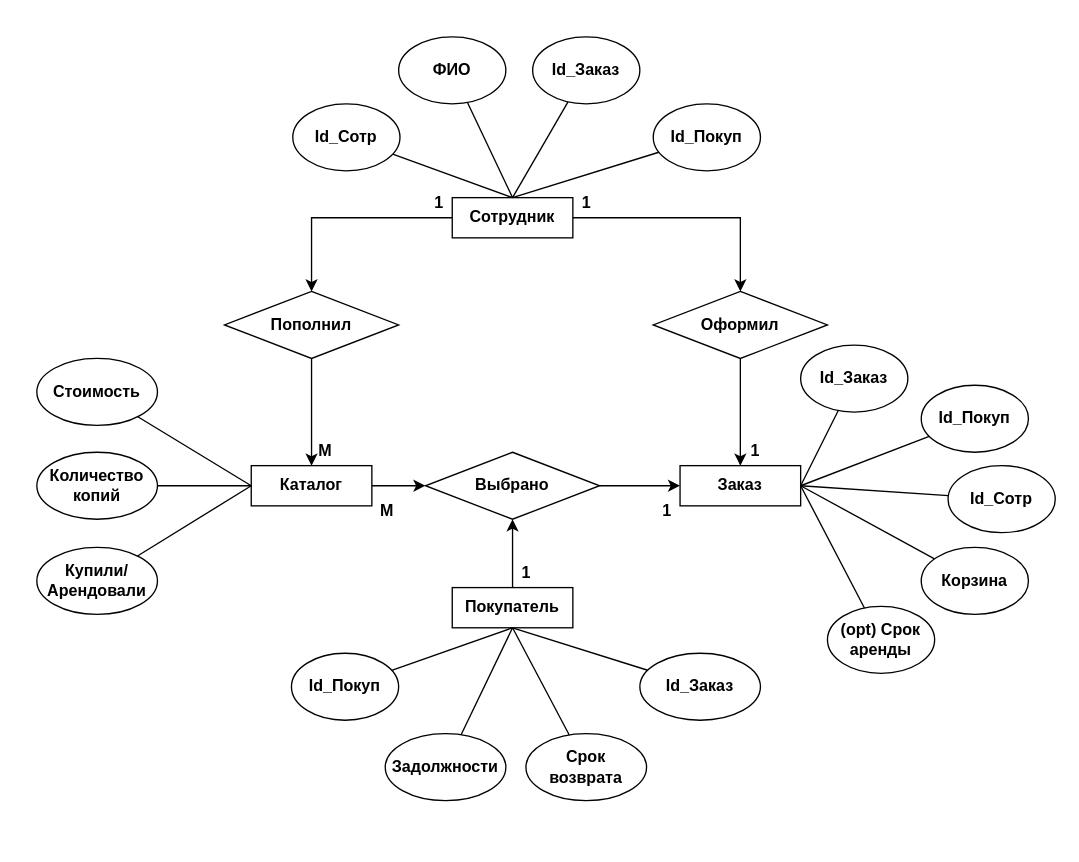
This is IDEF0.2.drawio from SpaleRud/OPDiagrams, a draw.io file, before an edit. Source tidied: cells renumbered, new cells numbered last; positions are measured from the earlier drawing's top-left corner, leaving out a move shared by most shapes. Both pictures are drawn from the tidied source at 134%, with x=0, y=0 at pixel (36, 36).
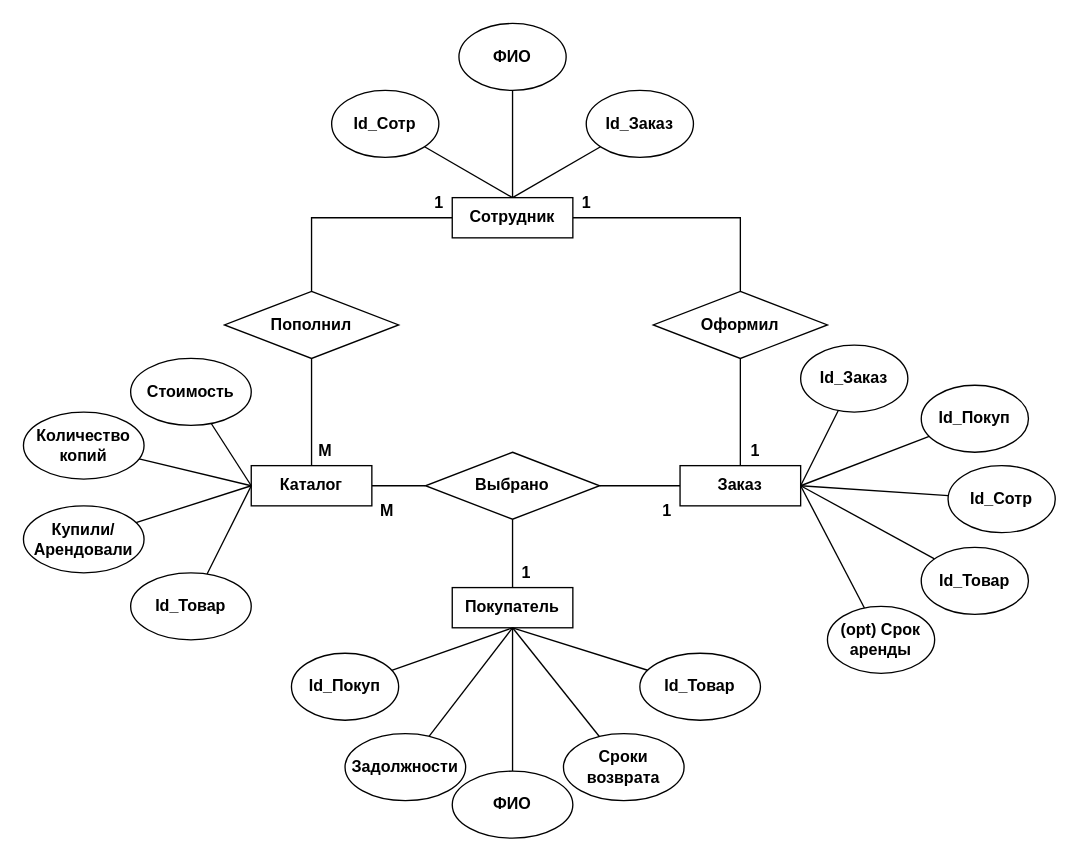
The same diagram, later.

The change refers to these unchanged cells:
```xml
<mxCell id="5" value="&lt;b&gt;Пополнил&lt;/b&gt;" style="rhombus;whiteSpace=wrap;html=1;" parent="1" vertex="1">
  <mxGeometry x="140" y="190" width="130" height="50" as="geometry" />
</mxCell>
<mxCell id="7" value="&lt;b&gt;Оформил&lt;/b&gt;" style="rhombus;whiteSpace=wrap;html=1;" parent="1" vertex="1">
  <mxGeometry x="460" y="190" width="130" height="50" as="geometry" />
</mxCell>
<mxCell id="10" value="&lt;b&gt;Выбрано&lt;/b&gt;" style="rhombus;whiteSpace=wrap;html=1;" parent="1" vertex="1">
  <mxGeometry x="290" y="310" width="130" height="50" as="geometry" />
</mxCell>
<mxCell id="19" value="&lt;b&gt;Покупатель&lt;/b&gt;" style="rounded=0;whiteSpace=wrap;html=1;" parent="18" vertex="1">
  <mxGeometry y="30" width="90" height="30" as="geometry" />
</mxCell>
<mxCell id="24" value="&lt;b&gt;Каталог&lt;/b&gt;" style="rounded=0;whiteSpace=wrap;html=1;" parent="23" vertex="1">
  <mxGeometry width="90" height="30" as="geometry" />
</mxCell>
<mxCell id="27" value="&lt;b&gt;Сотрудник&lt;/b&gt;" style="rounded=0;whiteSpace=wrap;html=1;" parent="26" vertex="1">
  <mxGeometry x="20" y="15" width="90" height="30" as="geometry" />
</mxCell>
<mxCell id="31" value="&lt;b&gt;Заказ&lt;/b&gt;" style="rounded=0;whiteSpace=wrap;html=1;" parent="30" vertex="1">
  <mxGeometry x="20" y="30" width="90" height="30" as="geometry" />
</mxCell>
```

Change to the diagram source:
```diff
@@
-    <mxCell id="2" style="edgeStyle=orthogonalEdgeStyle;rounded=0;jettySize=auto;html=1;" parent="1" edge="1" source="27" target="5">
+    <mxCell id="2" style="edgeStyle=orthogonalEdgeStyle;rounded=0;jettySize=auto;html=1;endArrow=none;endFill=0;" parent="1" edge="1" source="27" target="5">
       <mxGeometry relative="1" as="geometry" />
     </mxCell>
-    <mxCell id="3" style="edgeStyle=orthogonalEdgeStyle;rounded=0;jettySize=auto;html=1;entryX=0.5;entryY=0;entryDx=0;entryDy=0;" parent="1" edge="1" source="27" target="7">
+    <mxCell id="3" style="edgeStyle=orthogonalEdgeStyle;rounded=0;jettySize=auto;html=1;entryX=0.5;entryY=0;entryDx=0;entryDy=0;endArrow=none;endFill=0;" parent="1" edge="1" source="27" target="7">
       <mxGeometry relative="1" as="geometry" />
     </mxCell>
-    <mxCell id="4" style="edgeStyle=orthogonalEdgeStyle;rounded=0;jettySize=auto;html=1;entryX=0.5;entryY=0;entryDx=0;entryDy=0;" parent="1" edge="1" source="5" target="24">
+    <mxCell id="4" style="edgeStyle=orthogonalEdgeStyle;rounded=0;jettySize=auto;html=1;entryX=0.5;entryY=0;entryDx=0;entryDy=0;endArrow=none;endFill=0;" parent="1" edge="1" source="5" target="24">
       <mxGeometry relative="1" as="geometry" />
     </mxCell>
@@
-    <mxCell id="6" style="edgeStyle=orthogonalEdgeStyle;rounded=0;jettySize=auto;html=1;entryX=0.5;entryY=0;entryDx=0;entryDy=0;" parent="1" edge="1" source="7" target="31">
+    <mxCell id="6" style="edgeStyle=orthogonalEdgeStyle;rounded=0;jettySize=auto;html=1;entryX=0.5;entryY=0;entryDx=0;entryDy=0;endArrow=none;endFill=0;" parent="1" edge="1" source="7" target="31">
       <mxGeometry relative="1" as="geometry" />
     </mxCell>
@@
-    <mxCell id="8" style="edgeStyle=orthogonalEdgeStyle;rounded=0;jettySize=auto;html=1;entryX=0;entryY=0.5;entryDx=0;entryDy=0;" parent="1" edge="1" source="24" target="10">
+    <mxCell id="8" style="edgeStyle=orthogonalEdgeStyle;rounded=0;jettySize=auto;html=1;entryX=0;entryY=0.5;entryDx=0;entryDy=0;endArrow=none;endFill=0;" parent="1" edge="1" source="24" target="10">
       <mxGeometry relative="1" as="geometry" />
     </mxCell>
-    <mxCell id="9" style="edgeStyle=orthogonalEdgeStyle;rounded=0;jettySize=auto;html=1;entryX=0;entryY=0.5;entryDx=0;entryDy=0;" parent="1" edge="1" source="10" target="31">
+    <mxCell id="9" style="edgeStyle=orthogonalEdgeStyle;rounded=0;jettySize=auto;html=1;entryX=0;entryY=0.5;entryDx=0;entryDy=0;endArrow=none;endFill=0;" parent="1" edge="1" source="10" target="31">
       <mxGeometry relative="1" as="geometry" />
     </mxCell>
@@
     <mxCell id="12" value="&lt;b&gt;Id_Сотр&lt;/b&gt;" style="ellipse;whiteSpace=wrap;html=1;" parent="1" vertex="1">
-      <mxGeometry x="191" y="50" width="80" height="50" as="geometry" />
+      <mxGeometry x="220" y="40" width="80" height="50" as="geometry" />
     </mxCell>
@@
     <mxCell id="14" value="&lt;b&gt;ФИО&lt;/b&gt;" style="ellipse;whiteSpace=wrap;html=1;" parent="1" vertex="1">
-      <mxGeometry x="270" width="80" height="50" as="geometry" />
+      <mxGeometry x="315" y="-10" width="80" height="50" as="geometry" />
     </mxCell>
@@
     <mxCell id="16" value="&lt;b&gt;Id_Заказ&lt;/b&gt;" style="ellipse;whiteSpace=wrap;html=1;" parent="1" vertex="1">
-      <mxGeometry x="370" width="80" height="50" as="geometry" />
+      <mxGeometry x="410" y="40" width="80" height="50" as="geometry" />
     </mxCell>
-    <mxCell id="17" style="edgeStyle=orthogonalEdgeStyle;rounded=0;jettySize=auto;html=1;entryX=0.5;entryY=1;entryDx=0;entryDy=0;" parent="1" edge="1" source="19" target="10">
+    <mxCell id="17" style="edgeStyle=orthogonalEdgeStyle;rounded=0;jettySize=auto;html=1;entryX=0.5;entryY=1;entryDx=0;entryDy=0;endArrow=none;endFill=0;" parent="1" edge="1" source="19" target="10">
       <mxGeometry relative="1" as="geometry" />
     </mxCell>
@@
-    <mxCell id="34" style="rounded=0;jettySize=auto;html=1;entryX=0.5;entryY=0;entryDx=0;entryDy=0;endArrow=none;endFill=0;" parent="1" edge="1" source="35" target="27">
-      <mxGeometry relative="1" as="geometry" />
-    </mxCell>
-    <mxCell id="35" value="&lt;b&gt;Id_Покуп&lt;/b&gt;" style="ellipse;whiteSpace=wrap;html=1;" parent="1" vertex="1">
-      <mxGeometry x="460" y="50" width="80" height="50" as="geometry" />
-    </mxCell>
@@
     <mxCell id="39" value="&lt;b&gt;Задолжности&lt;/b&gt;" style="ellipse;whiteSpace=wrap;html=1;" parent="1" vertex="1">
-      <mxGeometry x="260" y="520" width="90" height="50" as="geometry" />
+      <mxGeometry x="230" y="520" width="90" height="50" as="geometry" />
     </mxCell>
@@
-    <mxCell id="41" value="&lt;b&gt;Срок&lt;br&gt;возврата&lt;/b&gt;" style="ellipse;whiteSpace=wrap;html=1;" parent="1" vertex="1">
-      <mxGeometry x="365" y="520" width="90" height="50" as="geometry" />
+    <mxCell id="41" value="&lt;b&gt;Сроки&lt;br&gt;возврата&lt;/b&gt;" style="ellipse;whiteSpace=wrap;html=1;" parent="1" vertex="1">
+      <mxGeometry x="393" y="520" width="90" height="50" as="geometry" />
     </mxCell>
@@
-    <mxCell id="43" value="&lt;b&gt;Id_Заказ&lt;/b&gt;" style="ellipse;whiteSpace=wrap;html=1;" parent="1" vertex="1">
+    <mxCell id="43" value="&lt;b&gt;Id_Товар&lt;/b&gt;" style="ellipse;whiteSpace=wrap;html=1;" parent="1" vertex="1">
       <mxGeometry x="450" y="460" width="90" height="50" as="geometry" />
     </mxCell>
@@
     <mxCell id="45" value="&lt;b&gt;Стоимость&lt;/b&gt;" style="ellipse;whiteSpace=wrap;html=1;" parent="1" vertex="1">
-      <mxGeometry y="240" width="90" height="50" as="geometry" />
+      <mxGeometry x="70" y="240" width="90" height="50" as="geometry" />
     </mxCell>
@@
     <mxCell id="47" value="&lt;b&gt;Количество копий&lt;/b&gt;" style="ellipse;whiteSpace=wrap;html=1;" parent="1" vertex="1">
-      <mxGeometry y="310" width="90" height="50" as="geometry" />
+      <mxGeometry x="-10" y="280" width="90" height="50" as="geometry" />
     </mxCell>
@@
     <mxCell id="49" value="&lt;b&gt;Купили/Арендовали&lt;/b&gt;" style="ellipse;whiteSpace=wrap;html=1;" parent="1" vertex="1">
-      <mxGeometry y="381" width="90" height="50" as="geometry" />
+      <mxGeometry x="-10" y="350" width="90" height="50" as="geometry" />
     </mxCell>
@@
-    <mxCell id="57" value="&lt;b&gt;Корзина&lt;/b&gt;" style="ellipse;whiteSpace=wrap;html=1;" parent="1" vertex="1">
+    <mxCell id="57" value="&lt;b&gt;Id_Товар&lt;/b&gt;" style="ellipse;whiteSpace=wrap;html=1;" parent="1" vertex="1">
       <mxGeometry x="660" y="381" width="80" height="50" as="geometry" />
     </mxCell>
@@
+    <mxCell id="60" style="rounded=0;jettySize=auto;html=1;entryX=0;entryY=0.5;entryDx=0;entryDy=0;endArrow=none;endFill=0;" parent="1" edge="1" source="61" target="24">
+      <mxGeometry relative="1" as="geometry" />
+    </mxCell>
+    <mxCell id="61" value="&lt;b&gt;Id_Товар&lt;/b&gt;" style="ellipse;whiteSpace=wrap;html=1;" parent="1" vertex="1">
+      <mxGeometry x="70" y="400" width="90" height="50" as="geometry" />
+    </mxCell>
+    <mxCell id="62" style="edgeStyle=orthogonalEdgeStyle;rounded=0;jettySize=auto;html=1;entryX=0.5;entryY=1;entryDx=0;entryDy=0;endArrow=none;endFill=0;" parent="1" edge="1" source="63" target="19">
+      <mxGeometry relative="1" as="geometry" />
+    </mxCell>
+    <mxCell id="63" value="&lt;b&gt;ФИО&lt;/b&gt;" style="ellipse;whiteSpace=wrap;html=1;" parent="1" vertex="1">
+      <mxGeometry x="310" y="548" width="90" height="50" as="geometry" />
+    </mxCell>
```
